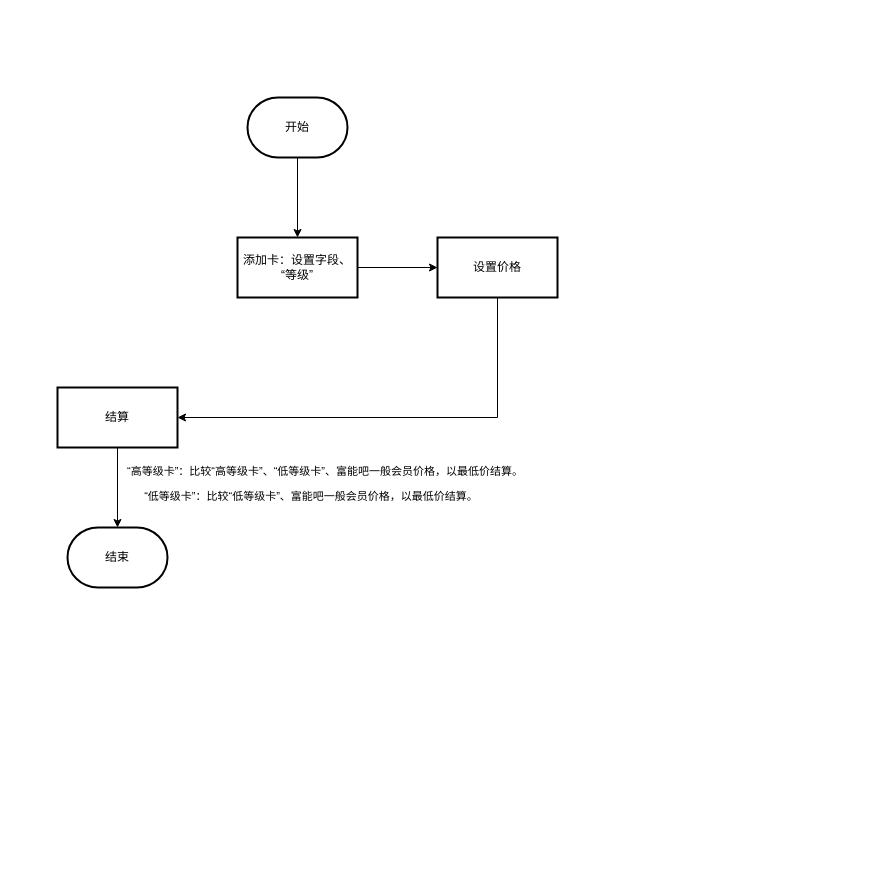
This is page "富能卡流程" (1 of 2) of 富能吧.drawio from charminghiker/inventory, a draw.io file, before an edit. Source tidied: cells renumbered, new cells numbered last; positions are measured from the earlier drawing's top-left corner, leaving out a move shared by most shapes. Both pictures are drawn from the tidied source at 100%, with x=0, y=0 at pixel (57, 97).
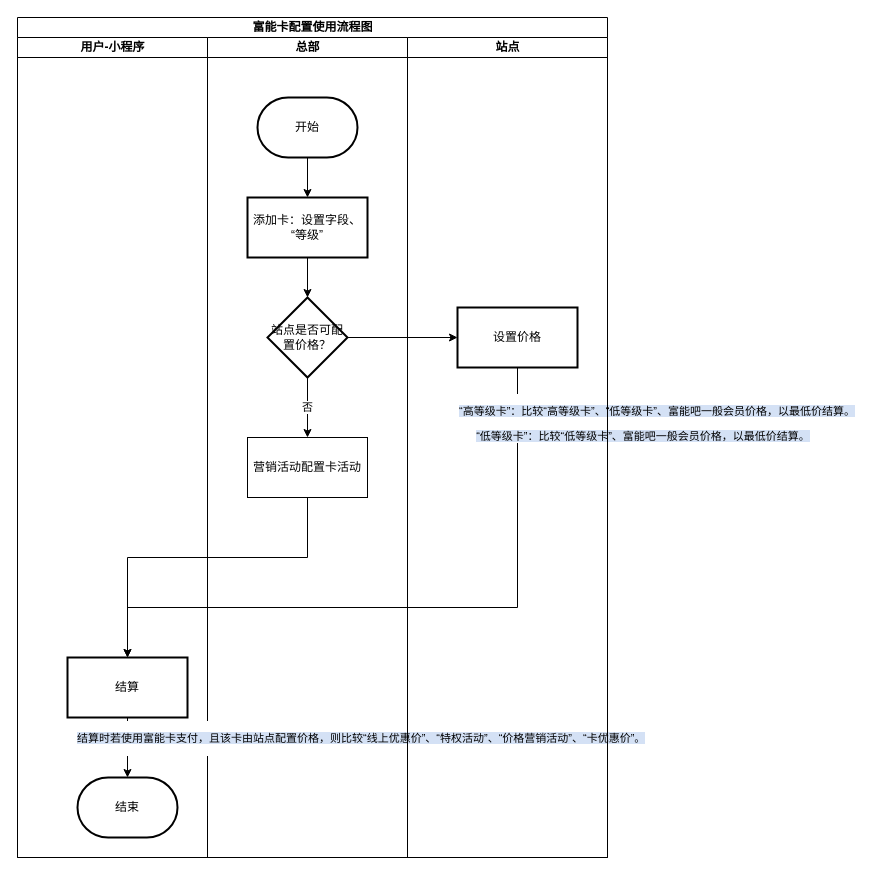
The same diagram, later.

Commit message:
更新富能吧.drawio

The edit, as a diff of the source:
```diff
@@
+    <mxCell id="12" value="富能卡配置使用流程图" style="swimlane;startSize=20;html=1;fillStyle=auto;" parent="1" vertex="1">
+      <mxGeometry x="-40" y="-80" width="590" height="840" as="geometry" />
+    </mxCell>
+    <mxCell id="13" value="用户-小程序" style="swimlane;startSize=20;html=1;" parent="12" vertex="1">
+      <mxGeometry y="20" width="190" height="820" as="geometry" />
+    </mxCell>
+    <mxCell id="10" value="结算" style="whiteSpace=wrap;html=1;strokeWidth=2;" parent="13" vertex="1">
+      <mxGeometry x="50" y="620" width="120" height="60" as="geometry" />
+    </mxCell>
+    <mxCell id="11" value="结束" style="strokeWidth=2;html=1;shape=mxgraph.flowchart.terminator;whiteSpace=wrap;" parent="13" vertex="1">
+      <mxGeometry x="60" y="740" width="100" height="60" as="geometry" />
+    </mxCell>
+    <mxCell id="9" style="edgeStyle=orthogonalEdgeStyle;rounded=0;jettySize=auto;html=1;" parent="13" edge="1" source="10" target="11">
+      <mxGeometry relative="1" as="geometry" />
+    </mxCell>
+    <mxCell id="14" value="总部" style="swimlane;startSize=20;html=1;" parent="12" vertex="1">
+      <mxGeometry x="190" y="20" width="200" height="820" as="geometry" />
+    </mxCell>
+    <mxCell id="15" value="否" style="edgeStyle=orthogonalEdgeStyle;rounded=0;jettySize=auto;html=1;" parent="14" edge="1" source="16" target="17">
+      <mxGeometry relative="1" as="geometry" />
+    </mxCell>
+    <mxCell id="16" value="站点是否可配置价格？" style="rhombus;whiteSpace=wrap;html=1;strokeWidth=2;" parent="14" vertex="1">
+      <mxGeometry x="60" y="260" width="80" height="80" as="geometry" />
+    </mxCell>
+    <mxCell id="17" value="营销活动配置卡活动" style="rounded=0;whiteSpace=wrap;html=1;" parent="14" vertex="1">
+      <mxGeometry x="40" y="400" width="120" height="60" as="geometry" />
+    </mxCell>
+    <mxCell id="3" value="开始" style="strokeWidth=2;html=1;shape=mxgraph.flowchart.terminator;whiteSpace=wrap;" parent="14" vertex="1">
+      <mxGeometry x="50" y="60" width="100" height="60" as="geometry" />
+    </mxCell>
+    <mxCell id="5" value="添加卡：设置字段、“等级”" style="whiteSpace=wrap;html=1;strokeWidth=2;" parent="14" vertex="1">
+      <mxGeometry x="40" y="160" width="120" height="60" as="geometry" />
+    </mxCell>
-    <mxCell id="2" style="edgeStyle=orthogonalEdgeStyle;rounded=0;jettySize=auto;html=1;" parent="1" edge="1" source="3" target="5">
+    <mxCell id="2" style="edgeStyle=orthogonalEdgeStyle;rounded=0;jettySize=auto;html=1;" parent="14" edge="1" source="3" target="5">
       <mxGeometry relative="1" as="geometry" />
     </mxCell>
-    <mxCell id="3" value="开始" style="strokeWidth=2;html=1;shape=mxgraph.flowchart.terminator;whiteSpace=wrap;" parent="1" vertex="1">
-      <mxGeometry x="190" width="100" height="60" as="geometry" />
-    </mxCell>
-    <mxCell id="4" style="edgeStyle=orthogonalEdgeStyle;rounded=0;jettySize=auto;html=1;" parent="1" edge="1" source="5" target="8">
-      <mxGeometry relative="1" as="geometry" />
-    </mxCell>
-    <mxCell id="5" value="添加卡：设置字段、“等级”" style="whiteSpace=wrap;html=1;strokeWidth=2;" parent="1" vertex="1">
-      <mxGeometry x="180" y="140" width="120" height="60" as="geometry" />
-    </mxCell>
+    <mxCell id="18" style="edgeStyle=orthogonalEdgeStyle;rounded=0;jettySize=auto;html=1;" parent="14" edge="1" source="5" target="16">
+      <mxGeometry relative="1" as="geometry" />
+    </mxCell>
+    <mxCell id="19" value="&lt;p style=&quot;text-indent:21.0pt&quot; class=&quot;MsoNormal&quot;&gt;&lt;span style=&quot;background-color: rgb(212, 225, 245);&quot;&gt;结算时若使用富能卡支付，且该卡由站点配置价格，则比较“线上优惠价”、“特权活动”、“价格营销活动”、“卡优惠价”。&lt;/span&gt;&lt;/p&gt;" style="edgeLabel;html=1;align=left;verticalAlign=middle;" parent="14" vertex="1">
+      <mxGeometry x="-160" y="700" as="geometry" />
+    </mxCell>
+    <mxCell id="20" style="edgeStyle=orthogonalEdgeStyle;rounded=0;jettySize=auto;html=1;" parent="12" edge="1" source="16" target="8">
+      <mxGeometry relative="1" as="geometry" />
+    </mxCell>
-    <mxCell id="6" style="edgeStyle=orthogonalEdgeStyle;rounded=0;jettySize=auto;html=1;" parent="1" edge="1" source="8" target="10">
+    <mxCell id="6" style="edgeStyle=orthogonalEdgeStyle;rounded=0;jettySize=auto;html=1;entryX=0.5;entryY=0;entryDx=0;entryDy=0;" parent="12" edge="1" source="8" target="10">
       <mxGeometry relative="1" as="geometry">
         <Array as="points">
-          <mxPoint x="440" y="320" />
+          <mxPoint x="500" y="590" />
+          <mxPoint x="110" y="590" />
         </Array>
       </mxGeometry>
     </mxCell>
-    <mxCell id="7" value="&lt;p style=&quot;text-indent:21.0pt&quot; class=&quot;MsoNormal&quot;&gt;“高等级卡”：比较“高等级卡”、“低等级卡”、富能吧一般会员价格，以最低价结算。&lt;/p&gt;&lt;p style=&quot;text-indent:21.0pt&quot; class=&quot;MsoNormal&quot;&gt;&lt;/p&gt;&lt;span&gt;&lt;div style=&quot;text-align: center;&quot;&gt;“低等级卡”：比较“低等级卡”、富能吧一般会员价格，以最低价结算。&lt;/div&gt;&lt;/span&gt;" style="edgeLabel;html=1;align=left;verticalAlign=middle;" parent="6" vertex="1">
+    <mxCell id="7" value="&lt;p style=&quot;text-indent:21.0pt&quot; class=&quot;MsoNormal&quot;&gt;&lt;span style=&quot;background-color: rgb(212, 225, 245);&quot;&gt;“高等级卡”：比较“高等级卡”、“低等级卡”、富能吧一般会员价格，以最低价结算。&lt;/span&gt;&lt;/p&gt;&lt;p style=&quot;text-indent:21.0pt&quot; class=&quot;MsoNormal&quot;&gt;&lt;/p&gt;&lt;div style=&quot;text-align: center;&quot;&gt;&lt;span style=&quot;background-color: rgb(212, 225, 245);&quot;&gt;“低等级卡”：比较“低等级卡”、富能吧一般会员价格，以最低价结算。&lt;/span&gt;&lt;/div&gt;" style="edgeLabel;html=1;align=left;verticalAlign=middle;" parent="6" vertex="1">
       <mxGeometry x="0.47" y="2" relative="1" as="geometry">
-        <mxPoint x="-197" y="58" as="offset" />
+        <mxPoint x="172" y="-192" as="offset" />
       </mxGeometry>
     </mxCell>
+    <mxCell id="21" style="edgeStyle=orthogonalEdgeStyle;rounded=0;jettySize=auto;html=1;entryX=0.5;entryY=0;entryDx=0;entryDy=0;exitX=0.5;exitY=1;exitDx=0;exitDy=0;" parent="12" edge="1" source="17" target="10">
+      <mxGeometry relative="1" as="geometry">
+        <Array as="points">
+          <mxPoint x="290" y="540" />
+          <mxPoint x="110" y="540" />
+        </Array>
+      </mxGeometry>
+    </mxCell>
+    <mxCell id="22" value="站点" style="swimlane;startSize=20;html=1;" parent="12" vertex="1">
+      <mxGeometry x="390" y="20" width="200" height="820" as="geometry" />
+    </mxCell>
-    <mxCell id="8" value="设置价格" style="whiteSpace=wrap;html=1;strokeWidth=2;" parent="1" vertex="1">
-      <mxGeometry x="380" y="140" width="120" height="60" as="geometry" />
+    <mxCell id="8" value="设置价格" style="whiteSpace=wrap;html=1;strokeWidth=2;" parent="22" vertex="1">
+      <mxGeometry x="50" y="270" width="120" height="60" as="geometry" />
     </mxCell>
-    <mxCell id="9" style="edgeStyle=orthogonalEdgeStyle;rounded=0;jettySize=auto;html=1;" parent="1" edge="1" source="10" target="11">
-      <mxGeometry relative="1" as="geometry" />
-    </mxCell>
-    <mxCell id="10" value="结算" style="whiteSpace=wrap;html=1;strokeWidth=2;" parent="1" vertex="1">
-      <mxGeometry y="290" width="120" height="60" as="geometry" />
-    </mxCell>
-    <mxCell id="11" value="结束" style="strokeWidth=2;html=1;shape=mxgraph.flowchart.terminator;whiteSpace=wrap;" parent="1" vertex="1">
-      <mxGeometry x="10" y="430" width="100" height="60" as="geometry" />
-    </mxCell>
```
